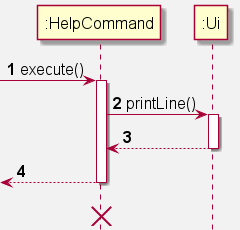
The PlantUML diagram docs/umlDiagrams/HelpSequence.png in uosjapuelks/tp, before a commit.
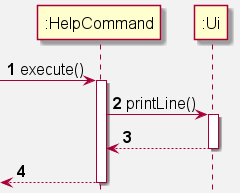
The same file after the commit.

Commit message:
Fix diagrams format

Diff of the diagram source:
```diff
@@ -16,7 +16,5 @@
 
     <-- HelpCommand
 deactivate  HelpCommand
-    <-[hidden]- HelpCommand
 
-destroy HelpCommand
 @enduml
```
